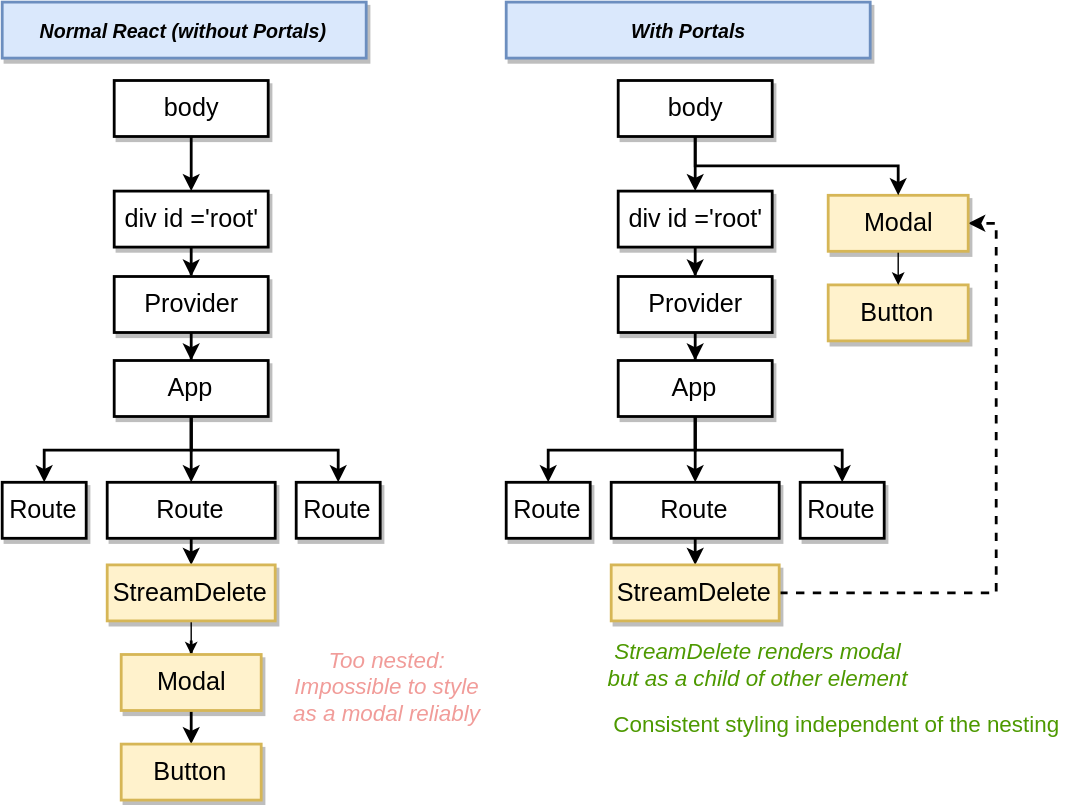
This is diagrams/react-portals-motivation.svg from serodriguez68/react-cheatsheet-udemy-2019, a draw.io export, as it was before one commit. Source tidied: cells renumbered, new cells last; positions are measured from the earlier drawing's top-left corner, leaving out a move shared by most shapes.
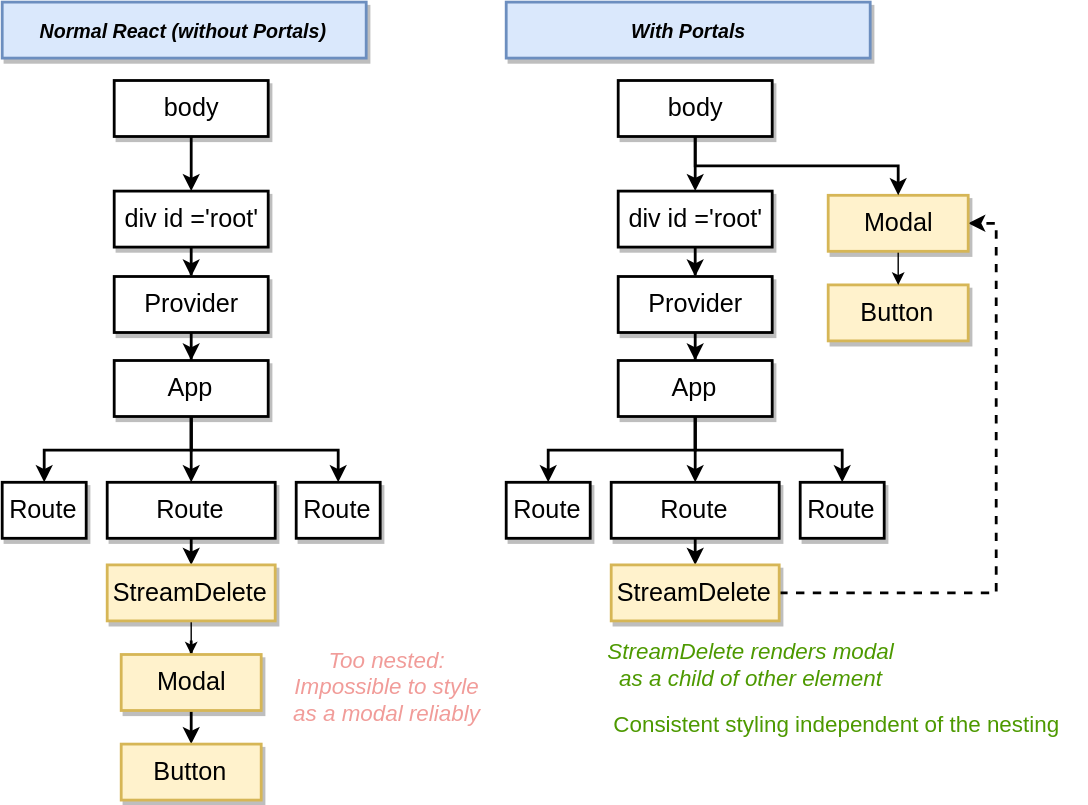
After the commit.

The edit, as a diff of the source:
```diff
@@ -130,8 +130,8 @@
     <mxCell id="43" style="edgeStyle=orthogonalEdgeStyle;rounded=0;html=1;jettySize=auto;strokeWidth=2;fontSize=18;exitX=0.5;exitY=1;exitDx=0;exitDy=0;" parent="1" edge="1" source="40" target="42">
       <mxGeometry relative="1" as="geometry" />
     </mxCell>
-    <mxCell id="44" value="StreamDelete renders modal but as a child of other element" style="text;html=1;strokeColor=none;fillColor=none;align=center;verticalAlign=middle;whiteSpace=wrap;rounded=0;fontSize=16;fontStyle=2;fontColor=#4D9900;rotation=0;" parent="1" vertex="1">
-      <mxGeometry x="430" y="451" width="220" height="44" as="geometry" />
+    <mxCell id="44" value="StreamDelete renders modal as a child of other element" style="text;html=1;strokeColor=none;fillColor=none;align=center;verticalAlign=middle;whiteSpace=wrap;rounded=0;fontSize=16;fontStyle=2;fontColor=#4D9900;rotation=0;" parent="1" vertex="1">
+      <mxGeometry x="430" y="451" width="210" height="44" as="geometry" />
     </mxCell>
     <mxCell id="45" value="Consistent styling independent of the nesting" style="text;html=1;fontSize=16;fontColor=#4D9900;rotation=0;" parent="1" vertex="1">
       <mxGeometry x="435" y="500" width="340" height="30" as="geometry" />
```
